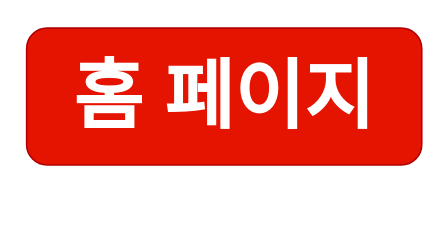
Earlier version of the draw.io diagram 제목 없는 다이어그램.drawio (ruok02/Web_Project). Source tidied: cells renumbered, new cells numbered last; positions are measured from the earlier drawing's top-left corner, leaving out a move shared by most shapes. Both pictures are drawn from the tidied source at 152%, with x=0, y=0 at pixel (26, 27).
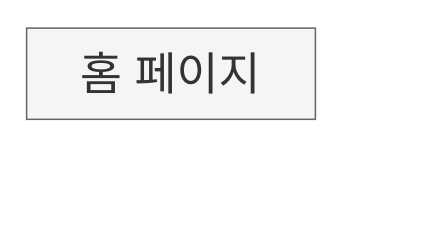
The same diagram, later.

Commit message:
제목 없는 다이어그램.drawio 업데이트

Change to the diagram source:
```diff
@@
-<mxGraphModel background="light-dark(#FFFFFF,#FF047A)">
+<mxGraphModel background="light-dark(#FFFFFF,#FFFFFF)">
   <root>
     <mxCell id="0" />
     <mxCell id="1" parent="0" />
+    <mxCell id="3" style="endArrow=none;html=1;rounded=0;strokeColor=light-dark(#FFFFFF,#121212);fontColor=#393C56;fillColor=#F2CC8F;strokeWidth=5;entryX=0.5;entryY=1;entryDx=0;entryDy=0;entryPerimeter=0;" parent="1" edge="1" target="2">
+      <mxGeometry relative="1" as="geometry">
+        <mxPoint x="95" y="120" as="sourcePoint" />
+      </mxGeometry>
+    </mxCell>
-    <mxCell id="2" value="&lt;h1&gt;&lt;font style=&quot;font-size: 50px;&quot;&gt;홈 페이지&lt;/font&gt;&lt;/h1&gt;" style="rounded=1;whiteSpace=wrap;html=1;fillColor=#e51400;fontColor=#ffffff;strokeColor=#B20000;" parent="1" vertex="1">
-      <mxGeometry width="260" height="90" as="geometry" />
+    <mxCell id="2" value="&lt;font style=&quot;font-size: 30px;&quot;&gt;홈 페이지&lt;/font&gt;" style="rounded=0;whiteSpace=wrap;html=1;strokeColor=#666666;align=center;verticalAlign=middle;fontFamily=Helvetica;fontSize=12;fontColor=#333333;fillColor=#f5f5f5;points=[[0,0,0,0,0],[0,0.25,0,0,0],[0,0.5,0,0,0],[0,0.75,0,0,0],[0,1,0,0,0],[0.11,1,0,0,1],[0.25,0,0,0,0],[0.25,1,0,0,0],[0.36,0.99,0,0,0],[0.5,0,0,0,0],[0.5,1,0,0,0],[0.63,1,0,0,0],[0.75,0,0,0,0],[0.75,1,0,0,0],[0.89,1,0,0,0],[1,0,0,0,0],[1,0.25,0,0,0],[1,0.5,0,0,0],[1,0.75,0,0,0],[1,1,0,0,0]];flipH=1;" parent="1" vertex="1">
+      <mxGeometry width="190" height="60" as="geometry" />
     </mxCell>
   </root>
 </mxGraphModel>
```
